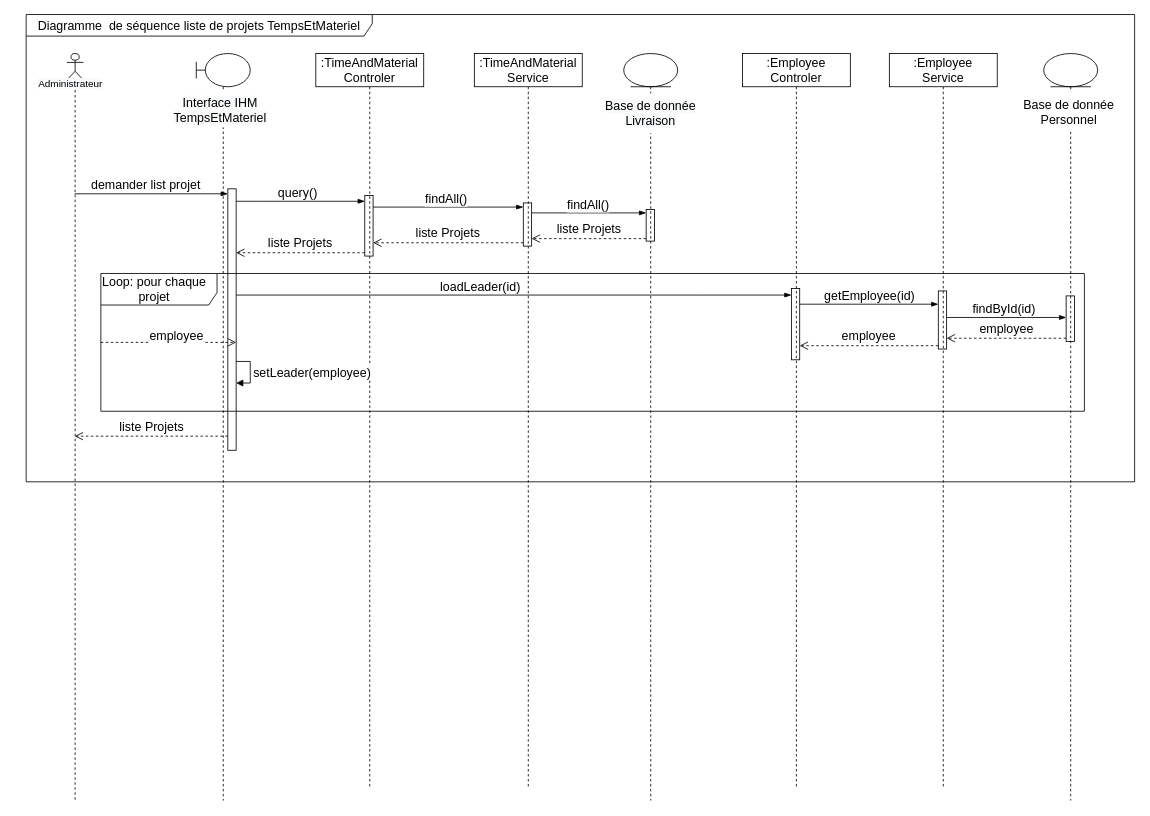
The draw.io diagram Delivery/TimeAndMaterialProjectListDiagrammeSequence.drawio in ZidiMedAmine/UML, before the edit. Source tidied: cells renumbered, new cells numbered last; positions are measured from the earlier drawing's top-left corner, leaving out a move shared by most shapes. Both pictures are drawn from the tidied source at 83%, with x=0, y=0 at pixel (26, 14).
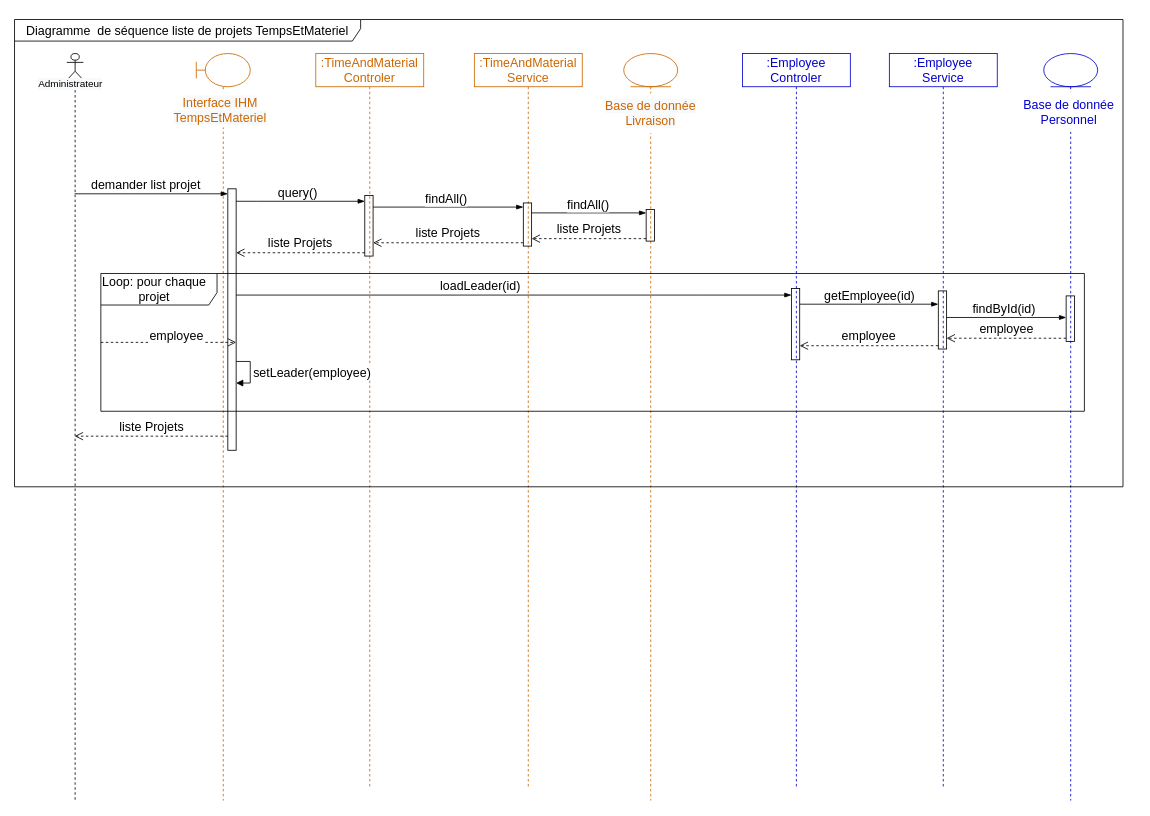
After the change.

Commit message (it also covers changes not shown here):
Mettre à jour TimeAndMaterialProjectListDiagrammeSequence.drawio

What changed in the source:
```diff
@@
-    <mxCell id="2" value=":TimeAndMaterial&lt;br&gt;Controler" style="shape=umlLifeline;perimeter=lifelinePerimeter;whiteSpace=wrap;html=1;rounded=0;shadow=0;glass=0;sketch=0;fillColor=none;fontSize=15;" parent="1" vertex="1">
+    <mxCell id="2" value=":TimeAndMaterial&lt;br&gt;Controler" style="shape=umlLifeline;perimeter=lifelinePerimeter;whiteSpace=wrap;html=1;rounded=0;shadow=0;glass=0;sketch=0;fillColor=none;fontSize=15;fontColor=#CC6600;strokeColor=#CC6600;" parent="1" vertex="1">
       <mxGeometry x="349" y="47" width="130" height="885" as="geometry" />
     </mxCell>
@@
-    <mxCell id="6" value=":TimeAndMaterial&lt;br&gt;Service" style="shape=umlLifeline;perimeter=lifelinePerimeter;whiteSpace=wrap;html=1;rounded=0;shadow=0;glass=0;sketch=0;fillColor=none;fontSize=15;" parent="1" vertex="1">
+    <mxCell id="6" value=":TimeAndMaterial&lt;br&gt;Service" style="shape=umlLifeline;perimeter=lifelinePerimeter;whiteSpace=wrap;html=1;rounded=0;shadow=0;glass=0;sketch=0;fillColor=none;fontSize=15;fontColor=#CC6600;strokeColor=#CC6600;" parent="1" vertex="1">
       <mxGeometry x="540" y="47" width="130" height="885" as="geometry" />
     </mxCell>
@@
-    <mxCell id="8" style="shape=umlLifeline;participant=umlEntity;perimeter=lifelinePerimeter;whiteSpace=wrap;html=1;verticalAlign=top;spacingTop=36;rounded=0;shadow=0;glass=0;sketch=0;fontSize=15;fillColor=none;" parent="1" vertex="1">
+    <mxCell id="8" style="shape=umlLifeline;participant=umlEntity;perimeter=lifelinePerimeter;whiteSpace=wrap;html=1;verticalAlign=top;spacingTop=36;rounded=0;shadow=0;glass=0;sketch=0;fontSize=15;fillColor=none;fontColor=#CC6600;strokeColor=#CC6600;" parent="1" vertex="1">
       <mxGeometry x="720" y="47" width="65" height="900" as="geometry" />
     </mxCell>
@@
-    <mxCell id="10" style="shape=umlLifeline;participant=umlBoundary;perimeter=lifelinePerimeter;whiteSpace=wrap;html=1;verticalAlign=top;spacingTop=36;rounded=0;shadow=0;glass=0;sketch=0;fontSize=15;fillColor=none;" parent="1" vertex="1">
+    <mxCell id="10" style="shape=umlLifeline;participant=umlBoundary;perimeter=lifelinePerimeter;whiteSpace=wrap;html=1;verticalAlign=top;spacingTop=36;rounded=0;shadow=0;glass=0;sketch=0;fontSize=15;fillColor=none;fontColor=#CC6600;strokeColor=#CC6600;" parent="1" vertex="1">
       <mxGeometry x="205" y="47" width="65" height="900" as="geometry" />
     </mxCell>
-    <mxCell id="11" value="&lt;span style=&quot;color: rgb(0, 0, 0); font-family: Helvetica; font-size: 15px; font-style: normal; font-variant-ligatures: normal; font-variant-caps: normal; font-weight: 400; letter-spacing: normal; orphans: 2; text-indent: 0px; text-transform: none; widows: 2; word-spacing: 0px; -webkit-text-stroke-width: 0px; background-color: rgb(248, 249, 250); text-decoration-thickness: initial; text-decoration-style: initial; text-decoration-color: initial; float: none; display: inline !important;&quot;&gt;Interface IHM&lt;/span&gt;&lt;br style=&quot;color: rgb(0, 0, 0); font-family: Helvetica; font-size: 15px; font-style: normal; font-variant-ligatures: normal; font-variant-caps: normal; font-weight: 400; letter-spacing: normal; orphans: 2; text-indent: 0px; text-transform: none; widows: 2; word-spacing: 0px; -webkit-text-stroke-width: 0px; background-color: rgb(248, 249, 250); text-decoration-thickness: initial; text-decoration-style: initial; text-decoration-color: initial;&quot;&gt;&lt;span style=&quot;color: rgb(0, 0, 0); font-family: Helvetica; font-size: 15px; font-style: normal; font-variant-ligatures: normal; font-variant-caps: normal; font-weight: 400; letter-spacing: normal; orphans: 2; text-indent: 0px; text-transform: none; widows: 2; word-spacing: 0px; -webkit-text-stroke-width: 0px; background-color: rgb(248, 249, 250); text-decoration-thickness: initial; text-decoration-style: initial; text-decoration-color: initial; float: none; display: inline !important;&quot;&gt;TempsEtMateriel&lt;/span&gt;" style="text;whiteSpace=wrap;html=1;fontSize=15;align=center;fillColor=default;" parent="10" vertex="1">
+    <mxCell id="11" value="&lt;span style=&quot;font-family: Helvetica; font-size: 15px; font-style: normal; font-variant-ligatures: normal; font-variant-caps: normal; font-weight: 400; letter-spacing: normal; orphans: 2; text-indent: 0px; text-transform: none; widows: 2; word-spacing: 0px; -webkit-text-stroke-width: 0px; background-color: rgb(248, 249, 250); text-decoration-thickness: initial; text-decoration-style: initial; text-decoration-color: initial; float: none; display: inline !important;&quot;&gt;Interface IHM&lt;/span&gt;&lt;br style=&quot;font-family: Helvetica; font-size: 15px; font-style: normal; font-variant-ligatures: normal; font-variant-caps: normal; font-weight: 400; letter-spacing: normal; orphans: 2; text-indent: 0px; text-transform: none; widows: 2; word-spacing: 0px; -webkit-text-stroke-width: 0px; background-color: rgb(248, 249, 250); text-decoration-thickness: initial; text-decoration-style: initial; text-decoration-color: initial;&quot;&gt;&lt;span style=&quot;font-family: Helvetica; font-size: 15px; font-style: normal; font-variant-ligatures: normal; font-variant-caps: normal; font-weight: 400; letter-spacing: normal; orphans: 2; text-indent: 0px; text-transform: none; widows: 2; word-spacing: 0px; -webkit-text-stroke-width: 0px; background-color: rgb(248, 249, 250); text-decoration-thickness: initial; text-decoration-style: initial; text-decoration-color: initial; float: none; display: inline !important;&quot;&gt;TempsEtMateriel&lt;/span&gt;" style="text;whiteSpace=wrap;html=1;fontSize=15;align=center;fillColor=default;fontColor=#CC6600;" parent="10" vertex="1">
       <mxGeometry x="-32" y="44" width="122" height="45" as="geometry" />
     </mxCell>
@@
-    <mxCell id="14" value=":Employee&lt;br&gt;Controler" style="shape=umlLifeline;perimeter=lifelinePerimeter;whiteSpace=wrap;html=1;rounded=0;shadow=0;glass=0;sketch=0;fillColor=none;fontSize=15;" parent="1" vertex="1">
+    <mxCell id="14" value=":Employee&lt;br&gt;Controler" style="shape=umlLifeline;perimeter=lifelinePerimeter;whiteSpace=wrap;html=1;rounded=0;shadow=0;glass=0;sketch=0;fillColor=none;fontSize=15;strokeColor=#0000CC;fontColor=#0000CC;" parent="1" vertex="1">
       <mxGeometry x="863" y="47" width="130" height="885" as="geometry" />
     </mxCell>
@@
-    <mxCell id="16" style="shape=umlLifeline;participant=umlEntity;perimeter=lifelinePerimeter;whiteSpace=wrap;html=1;verticalAlign=top;spacingTop=36;rounded=0;shadow=0;glass=0;sketch=0;fontSize=15;fillColor=none;" parent="1" vertex="1">
+    <mxCell id="16" style="shape=umlLifeline;participant=umlEntity;perimeter=lifelinePerimeter;whiteSpace=wrap;html=1;verticalAlign=top;spacingTop=36;rounded=0;shadow=0;glass=0;sketch=0;fontSize=15;fillColor=none;strokeColor=#0000CC;" parent="1" vertex="1">
       <mxGeometry x="1226" y="47" width="65" height="900" as="geometry" />
     </mxCell>
-    <mxCell id="17" value="Base de donnée&lt;br&gt;Personnel" style="text;whiteSpace=wrap;html=1;fontSize=15;align=center;fillColor=default;" parent="16" vertex="1">
+    <mxCell id="17" value="Base de donnée&lt;br&gt;Personnel" style="text;whiteSpace=wrap;html=1;fontSize=15;align=center;fillColor=default;fontColor=#0000CC;" parent="16" vertex="1">
       <mxGeometry x="-33" y="46" width="127" height="48" as="geometry" />
     </mxCell>
@@
-    <mxCell id="19" value=":Employee&lt;br&gt;Service" style="shape=umlLifeline;perimeter=lifelinePerimeter;whiteSpace=wrap;html=1;rounded=0;shadow=0;glass=0;sketch=0;fillColor=none;fontSize=15;" parent="1" vertex="1">
+    <mxCell id="19" value=":Employee&lt;br&gt;Service" style="shape=umlLifeline;perimeter=lifelinePerimeter;whiteSpace=wrap;html=1;rounded=0;shadow=0;glass=0;sketch=0;fillColor=none;fontSize=15;strokeColor=#0000CC;fontColor=#0000CC;" parent="1" vertex="1">
       <mxGeometry x="1040" y="47" width="130" height="885" as="geometry" />
     </mxCell>
@@
     <mxCell id="43" value="Diagramme&amp;nbsp; de séquence liste de projets TempsEtMateriel" style="shape=umlFrame;whiteSpace=wrap;html=1;rounded=0;shadow=0;glass=0;sketch=0;fontSize=15;fillColor=none;width=417;height=26;" parent="1" vertex="1">
-      <mxGeometry width="1335.5" height="563" as="geometry" />
+      <mxGeometry x="-14" y="6" width="1335.5" height="563" as="geometry" />
     </mxCell>
-    <mxCell id="44" value="&lt;span style=&quot;color: rgb(0, 0, 0); font-family: Helvetica; font-size: 15px; font-style: normal; font-variant-ligatures: normal; font-variant-caps: normal; font-weight: 400; letter-spacing: normal; orphans: 2; text-indent: 0px; text-transform: none; widows: 2; word-spacing: 0px; -webkit-text-stroke-width: 0px; background-color: rgb(248, 249, 250); text-decoration-thickness: initial; text-decoration-style: initial; text-decoration-color: initial; float: none; display: inline !important;&quot;&gt;Base de donnée&lt;br&gt;Livraison&lt;br&gt;&lt;/span&gt;" style="text;whiteSpace=wrap;html=1;fontSize=15;align=center;fillColor=default;" parent="1" vertex="1">
+    <mxCell id="44" value="&lt;span style=&quot;font-family: Helvetica; font-size: 15px; font-style: normal; font-variant-ligatures: normal; font-variant-caps: normal; font-weight: 400; letter-spacing: normal; orphans: 2; text-indent: 0px; text-transform: none; widows: 2; word-spacing: 0px; -webkit-text-stroke-width: 0px; background-color: rgb(248, 249, 250); text-decoration-thickness: initial; text-decoration-style: initial; text-decoration-color: initial; float: none; display: inline !important;&quot;&gt;Base de donnée&lt;br&gt;Livraison&lt;br&gt;&lt;/span&gt;" style="text;whiteSpace=wrap;html=1;fontSize=15;align=center;fillColor=default;fontColor=#CC6600;" parent="1" vertex="1">
       <mxGeometry x="692.5" y="95" width="119" height="48" as="geometry" />
     </mxCell>
```
